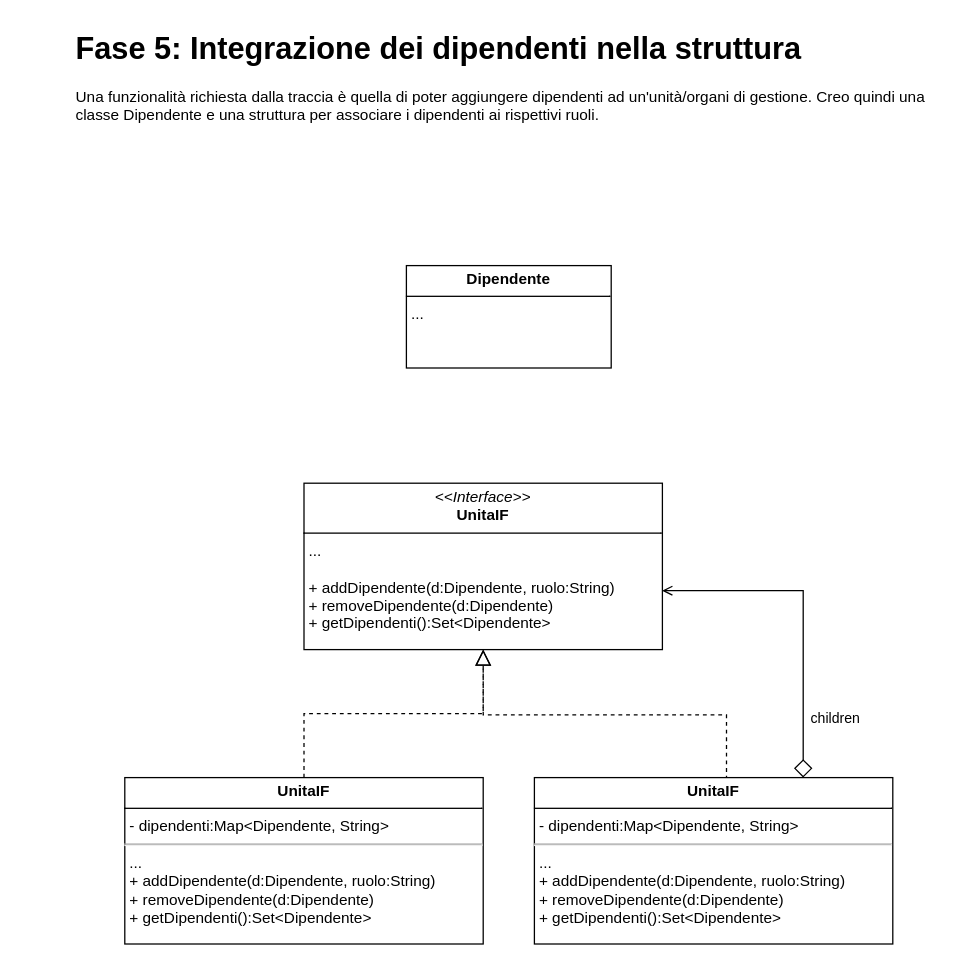
This is page "Parte 5 - Integrazione Dipendenti" (5 of 9) of organigramma-aziendale.drawio from riccardo-florio/organigramma_aziendale, a draw.io file, before an edit. Source tidied: cells renumbered, new cells numbered last; positions are measured from the earlier drawing's top-left corner, leaving out a move shared by most shapes. Both pictures are drawn from the tidied source at 128%, with x=0, y=0 at pixel (73, 22).
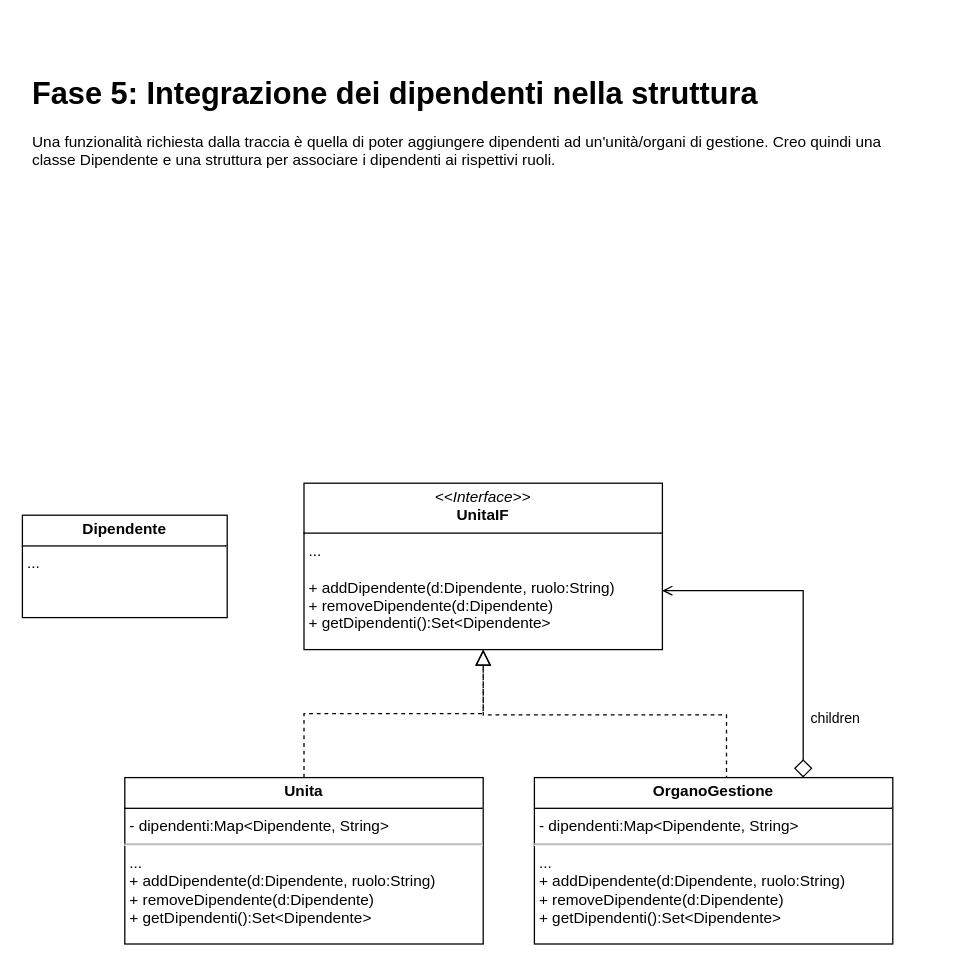
The same page after the edit.

Diff of the diagram source:
```diff
@@
 <mxGraphModel>
   <root>
     <mxCell id="0" />
     <mxCell id="1" parent="0" />
     <mxCell id="2" value="&lt;h1 style=&quot;margin-top: 0px;&quot;&gt;Fase 5: Integrazione dei dipendenti nella struttura&lt;/h1&gt;&lt;p&gt;Una funzionalità richiesta dalla traccia è quella di poter aggiungere dipendenti ad un'unità/organi di gestione. Creo quindi una classe Dipendente e una struttura per associare i dipendenti ai rispettivi ruoli.&lt;/p&gt;" style="text;html=1;whiteSpace=wrap;overflow=hidden;rounded=0;" parent="1" vertex="1">
-      <mxGeometry width="680" height="120" as="geometry" />
+      <mxGeometry x="-34" y="35" width="680" height="120" as="geometry" />
     </mxCell>
     <mxCell id="3" style="endArrow=block;endSize=10;endFill=0;shadow=0;strokeWidth=1;rounded=0;curved=0;edgeStyle=elbowEdgeStyle;elbow=vertical;dashed=1;entryX=0.5;entryY=1;entryDx=0;entryDy=0;exitX=0.5;exitY=0;exitDx=0;exitDy=0;" parent="1" edge="1" source="6" target="5">
       <mxGeometry relative="1" as="geometry" />
     </mxCell>
     <mxCell id="4" style="endArrow=block;endSize=10;endFill=0;shadow=0;strokeWidth=1;rounded=0;curved=0;edgeStyle=elbowEdgeStyle;elbow=vertical;dashed=1;exitX=0.536;exitY=0.012;exitDx=0;exitDy=0;exitPerimeter=0;" parent="1" edge="1" source="9" target="5">
       <mxGeometry relative="1" as="geometry" />
     </mxCell>
     <mxCell id="5" value="&lt;p style=&quot;margin:0px;margin-top:4px;text-align:center;&quot;&gt;&lt;i&gt;&amp;lt;&amp;lt;Interface&amp;gt;&amp;gt;&lt;/i&gt;&lt;br&gt;&lt;b&gt;UnitaIF&lt;/b&gt;&lt;/p&gt;&lt;hr size=&quot;1&quot; style=&quot;border-style:solid;&quot;&gt;&lt;p style=&quot;margin:0px;margin-left:4px;&quot;&gt;&lt;/p&gt;&lt;p style=&quot;margin:0px;margin-left:4px;&quot;&gt;...&lt;/p&gt;&lt;p style=&quot;margin:0px;margin-left:4px;&quot;&gt;&lt;br&gt;&lt;/p&gt;&lt;p style=&quot;margin:0px;margin-left:4px;&quot;&gt;+ addDipendente(d:Dipendente, ruolo:String)&lt;/p&gt;&lt;p style=&quot;margin:0px;margin-left:4px;&quot;&gt;+ removeDipendente(d:Dipendente)&lt;/p&gt;&lt;p style=&quot;margin:0px;margin-left:4px;&quot;&gt;+ getDipendenti():Set&amp;lt;Dipendente&amp;gt;&lt;/p&gt;" style="verticalAlign=top;align=left;overflow=fill;html=1;whiteSpace=wrap;" parent="1" vertex="1">
       <mxGeometry x="180" y="360" width="280" height="130" as="geometry" />
     </mxCell>
-    <mxCell id="6" value="&lt;p style=&quot;margin:0px;margin-top:4px;text-align:center;&quot;&gt;&lt;b&gt;UnitaIF&lt;/b&gt;&lt;/p&gt;&lt;hr size=&quot;1&quot; style=&quot;border-style:solid;&quot;&gt;&lt;p style=&quot;margin:0px;margin-left:4px;&quot;&gt;&lt;/p&gt;&lt;p style=&quot;margin:0px;margin-left:4px;&quot;&gt;- dipendenti:Map&amp;lt;Dipendente, String&amp;gt;&lt;/p&gt;&lt;hr&gt;&lt;p style=&quot;margin:0px;margin-left:4px;&quot;&gt;...&lt;/p&gt;&lt;p style=&quot;color: rgb(0, 0, 0); margin: 0px 0px 0px 4px;&quot;&gt;+ addDipendente(d:Dipendente, ruolo:String)&lt;/p&gt;&lt;p style=&quot;color: rgb(0, 0, 0); margin: 0px 0px 0px 4px;&quot;&gt;+ removeDipendente(d:Dipendente)&lt;/p&gt;&lt;p style=&quot;color: rgb(0, 0, 0); margin: 0px 0px 0px 4px;&quot;&gt;+ getDipendenti():Set&amp;lt;Dipendente&amp;gt;&lt;/p&gt;" style="verticalAlign=top;align=left;overflow=fill;html=1;whiteSpace=wrap;" parent="1" vertex="1">
+    <mxCell id="6" value="&lt;p style=&quot;margin:0px;margin-top:4px;text-align:center;&quot;&gt;&lt;b&gt;Unita&lt;/b&gt;&lt;/p&gt;&lt;hr size=&quot;1&quot; style=&quot;border-style:solid;&quot;&gt;&lt;p style=&quot;margin:0px;margin-left:4px;&quot;&gt;&lt;/p&gt;&lt;p style=&quot;margin:0px;margin-left:4px;&quot;&gt;- dipendenti:Map&amp;lt;Dipendente, String&amp;gt;&lt;/p&gt;&lt;hr&gt;&lt;p style=&quot;margin:0px;margin-left:4px;&quot;&gt;...&lt;/p&gt;&lt;p style=&quot;color: rgb(0, 0, 0); margin: 0px 0px 0px 4px;&quot;&gt;+ addDipendente(d:Dipendente, ruolo:String)&lt;/p&gt;&lt;p style=&quot;color: rgb(0, 0, 0); margin: 0px 0px 0px 4px;&quot;&gt;+ removeDipendente(d:Dipendente)&lt;/p&gt;&lt;p style=&quot;color: rgb(0, 0, 0); margin: 0px 0px 0px 4px;&quot;&gt;+ getDipendenti():Set&amp;lt;Dipendente&amp;gt;&lt;/p&gt;" style="verticalAlign=top;align=left;overflow=fill;html=1;whiteSpace=wrap;" parent="1" vertex="1">
       <mxGeometry x="40" y="590" width="280" height="130" as="geometry" />
     </mxCell>
     <mxCell id="7" style="endArrow=open;html=1;rounded=0;exitX=0.75;exitY=0;exitDx=0;exitDy=0;entryX=0.999;entryY=0.646;entryDx=0;entryDy=0;endFill=0;startArrow=diamond;startFill=0;startSize=12;entryPerimeter=0;" parent="1" edge="1" source="9" target="5">
       <mxGeometry relative="1" as="geometry">
         <Array as="points">
           <mxPoint x="570" y="444" />
         </Array>
       </mxGeometry>
     </mxCell>
     <mxCell id="8" value="children" style="edgeLabel;html=1;align=center;verticalAlign=middle;" parent="7" vertex="1">
       <mxGeometry x="-0.72" y="-1" relative="1" as="geometry">
         <mxPoint x="23" y="-11" as="offset" />
       </mxGeometry>
     </mxCell>
-    <mxCell id="9" value="&lt;p style=&quot;margin:0px;margin-top:4px;text-align:center;&quot;&gt;&lt;b&gt;UnitaIF&lt;/b&gt;&lt;/p&gt;&lt;hr size=&quot;1&quot; style=&quot;border-style:solid;&quot;&gt;&lt;p style=&quot;margin:0px;margin-left:4px;&quot;&gt;&lt;/p&gt;&lt;p style=&quot;margin:0px;margin-left:4px;&quot;&gt;- dipendenti:Map&amp;lt;Dipendente, String&amp;gt;&lt;/p&gt;&lt;hr&gt;&lt;p style=&quot;margin:0px;margin-left:4px;&quot;&gt;...&lt;/p&gt;&lt;p style=&quot;color: rgb(0, 0, 0); margin: 0px 0px 0px 4px;&quot;&gt;+ addDipendente(d:Dipendente, ruolo:String)&lt;/p&gt;&lt;p style=&quot;color: rgb(0, 0, 0); margin: 0px 0px 0px 4px;&quot;&gt;+ removeDipendente(d:Dipendente)&lt;/p&gt;&lt;p style=&quot;color: rgb(0, 0, 0); margin: 0px 0px 0px 4px;&quot;&gt;+ getDipendenti():Set&amp;lt;Dipendente&amp;gt;&lt;/p&gt;" style="verticalAlign=top;align=left;overflow=fill;html=1;whiteSpace=wrap;" parent="1" vertex="1">
+    <mxCell id="9" value="&lt;p style=&quot;margin:0px;margin-top:4px;text-align:center;&quot;&gt;&lt;b&gt;OrganoGestione&lt;/b&gt;&lt;/p&gt;&lt;hr size=&quot;1&quot; style=&quot;border-style:solid;&quot;&gt;&lt;p style=&quot;margin:0px;margin-left:4px;&quot;&gt;&lt;/p&gt;&lt;p style=&quot;margin:0px;margin-left:4px;&quot;&gt;- dipendenti:Map&amp;lt;Dipendente, String&amp;gt;&lt;/p&gt;&lt;hr&gt;&lt;p style=&quot;margin:0px;margin-left:4px;&quot;&gt;...&lt;/p&gt;&lt;p style=&quot;color: rgb(0, 0, 0); margin: 0px 0px 0px 4px;&quot;&gt;+ addDipendente(d:Dipendente, ruolo:String)&lt;/p&gt;&lt;p style=&quot;color: rgb(0, 0, 0); margin: 0px 0px 0px 4px;&quot;&gt;+ removeDipendente(d:Dipendente)&lt;/p&gt;&lt;p style=&quot;color: rgb(0, 0, 0); margin: 0px 0px 0px 4px;&quot;&gt;+ getDipendenti():Set&amp;lt;Dipendente&amp;gt;&lt;/p&gt;" style="verticalAlign=top;align=left;overflow=fill;html=1;whiteSpace=wrap;" parent="1" vertex="1">
       <mxGeometry x="360" y="590" width="280" height="130" as="geometry" />
     </mxCell>
     <mxCell id="10" value="&lt;p style=&quot;margin:0px;margin-top:4px;text-align:center;&quot;&gt;&lt;b&gt;Dipendente&lt;/b&gt;&lt;/p&gt;&lt;hr size=&quot;1&quot; style=&quot;border-style:solid;&quot;&gt;&lt;p style=&quot;margin:0px;margin-left:4px;&quot;&gt;&lt;/p&gt;&lt;p style=&quot;margin:0px;margin-left:4px;&quot;&gt;...&lt;/p&gt;" style="verticalAlign=top;align=left;overflow=fill;html=1;whiteSpace=wrap;" parent="1" vertex="1">
-      <mxGeometry x="260" y="190" width="160" height="80" as="geometry" />
+      <mxGeometry x="-40" y="385" width="160" height="80" as="geometry" />
     </mxCell>
   </root>
 </mxGraphModel>
```
